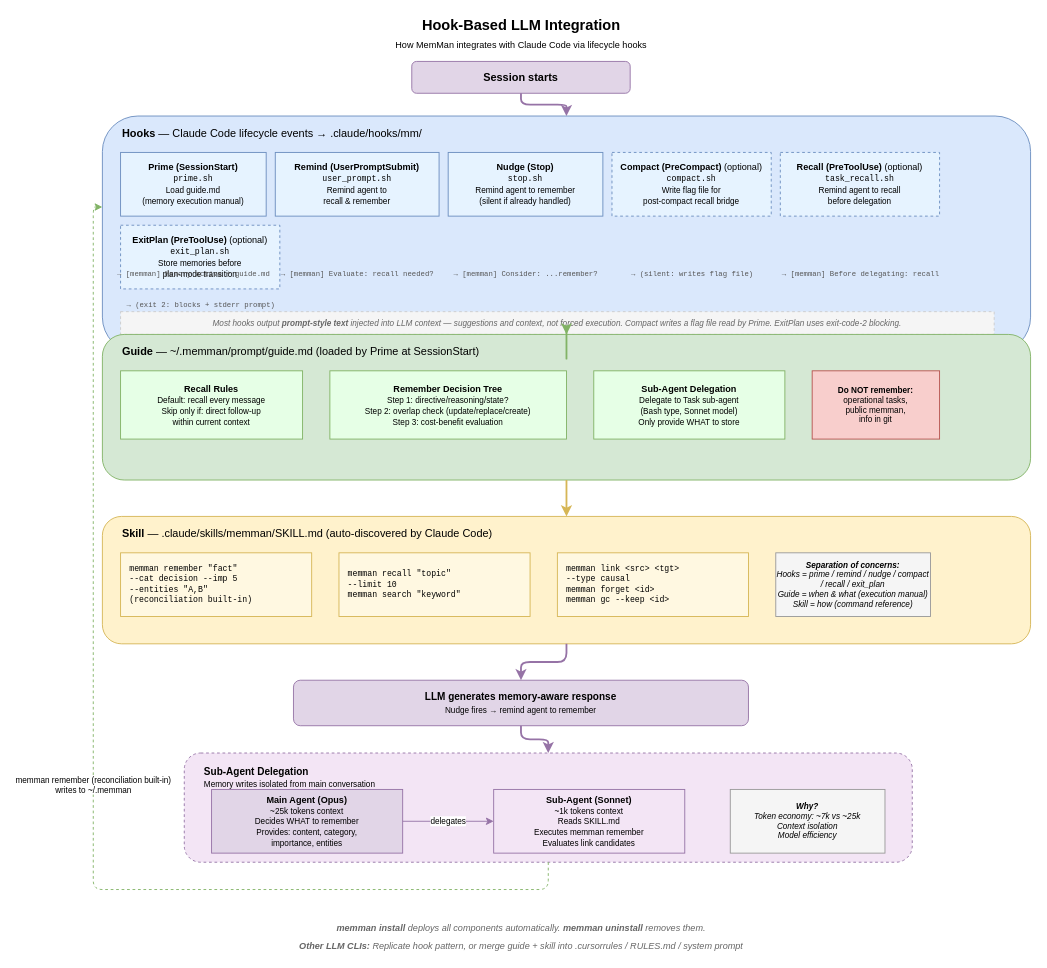
Before: docs/diagrams/08-three-layer-integration.drawio in bissli/memman, a draw.io diagram. Source tidied: cells renumbered, new cells numbered last; positions are measured from the earlier drawing's top-left corner, leaving out a move shared by most shapes. Both pictures are drawn from the tidied source at 91%, with x=0, y=0 at pixel (93, 15).
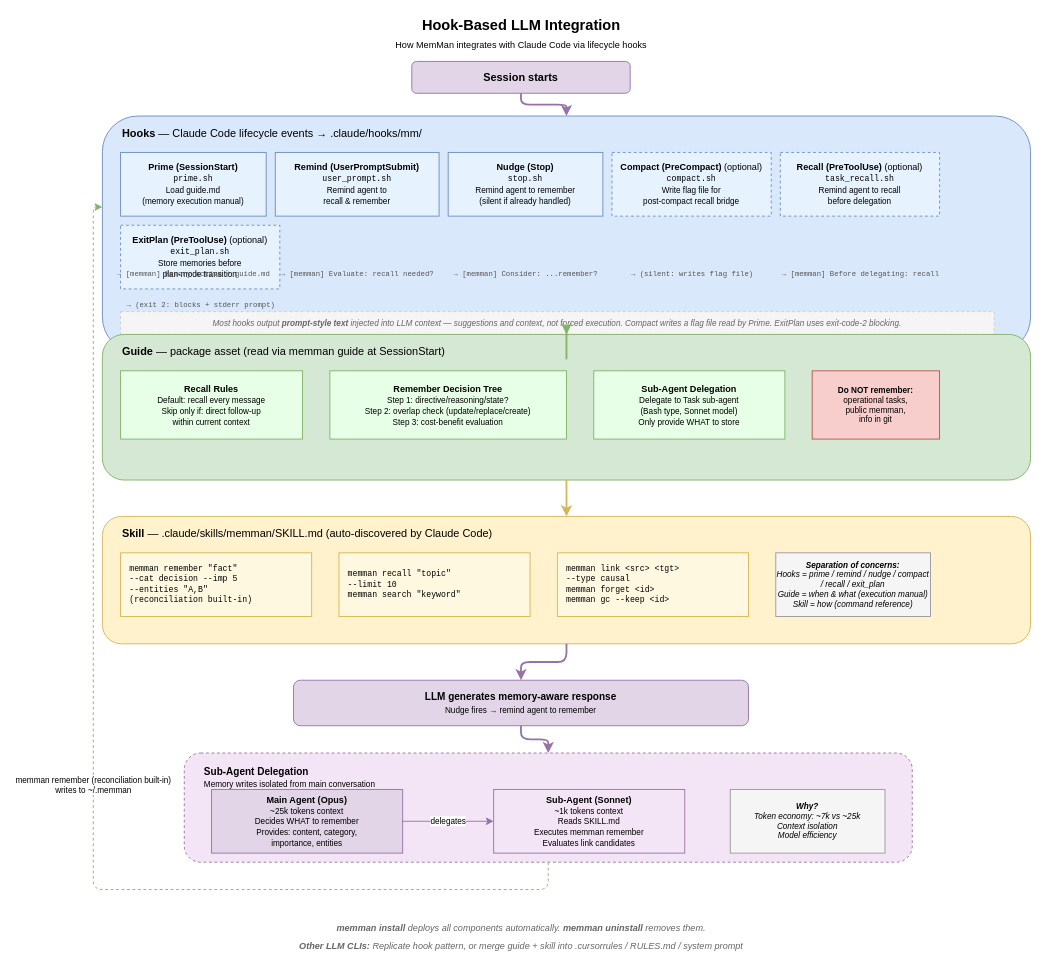
Above is the later version.

What changed in the source:
```diff
@@
-    <mxCell id="21" value="&lt;b&gt;Guide&lt;/b&gt; — ~/.memman/prompt/guide.md (loaded by Prime at SessionStart)" style="text;html=1;align=left;fontSize=12;fillColor=none;strokeColor=none;" parent="1" vertex="1">
+    <mxCell id="21" value="&lt;b&gt;Guide&lt;/b&gt; — package asset (read via memman guide at SessionStart)" style="text;html=1;align=left;fontSize=12;fillColor=none;strokeColor=none;" parent="1" vertex="1">
       <mxGeometry x="30" y="355" width="500" height="25" as="geometry" />
     </mxCell>
```
